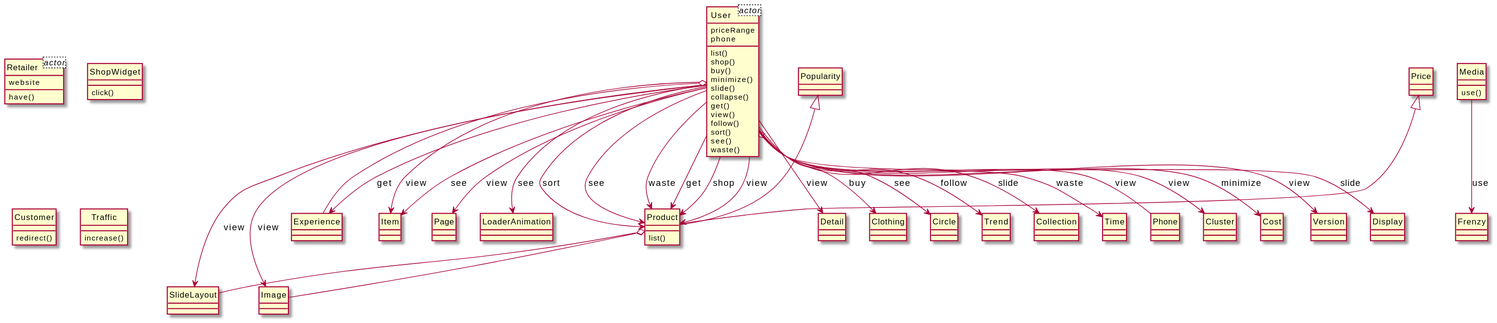
This is output/diagram_5/2016-USC-Project01.svg from xixixhalu/DomainModelExtractor, a PlantUML export, as it was before one commit.
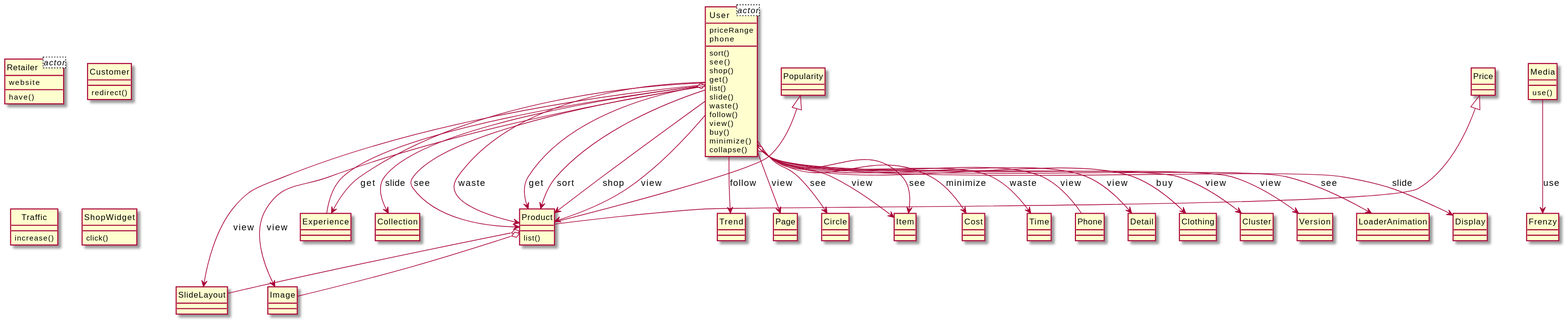
After the commit.

Change to the diagram source:
```diff
@@ -14,27 +14,46 @@
 class Experience {
 }
 class User {
+	sort()
+	see()
+	shop()
+	get()
 	list()
-	shop()
+	slide()
+	waste()
+	follow()
+	view()
 	buy()
 	minimize()
-	slide()
 	collapse()
-	get()
-	view()
-	follow()
-	sort()
-	see()
-	waste()
+}
+class Collection {
+}
+class Customer {
+	redirect()
+}
+class Product {
+	list()
+}
+class Trend {
+}
+class Page {
+}
+class Traffic {
+	increase()
+}
+class Circle {
 }
 class Item {
 }
-class Page {
+class Cost {
 }
-class LoaderAnimation {
+class Time {
 }
-class Product {
-	list()
+class Phone {
+}
+class Retailer {
+	have()
 }
 class Detail {
 }
@@ -43,35 +62,16 @@
 class ShopWidget {
 	click()
 }
-class Customer {
-	redirect()
+class Cluster {
 }
-class Circle {
-}
-class Trend {
-}
-class Collection {
-}
-class Time {
+class Version {
 }
 class Media {
 	use()
 }
 class Frenzy {
 }
-class Phone {
-}
-class Cluster {
-}
-class Cost {
-}
-class Version {
-}
-class Traffic {
-	increase()
-}
-class Retailer {
-	have()
+class LoaderAnimation {
 }
 class Display {
 }
@@ -79,34 +79,34 @@
 }
 class Price {
 }
+User --> Collection : slide
+Product o-- SlideLayout
+User --> Product : sort
+User --> Product : shop
+User --> Trend : follow
+User --> Product : view
+User --> Product : see
+User --> Experience : get
+User --> Item : see
+User --> Page : view
+User --> Product : waste
+User --> Cluster : view
+User --> Circle : see
+User --> Version : view
+Popularity <|-- Product
+User --> Item : view
+User --> Product : get
+User --> Cost : minimize
+Media --> Frenzy : use
+User --> Time : waste
+User --> LoaderAnimation : see
 User --> SlideLayout : view
+User --> Display : slide
+User o-- Phone : view
+User --> Clothing : buy
+Price <|-- Product
+User --> Image : view
 Product o-- Image
 User --> Detail : view
-User o-- Phone : view
-User --> Product : get
-User --> Clothing : buy
-User --> Image : view
-User --> Product : shop
-User --> Product : view
-User --> Cluster : view
-User --> Circle : see
-User --> Cost : minimize
-User --> Item : see
-User --> Trend : follow
-User --> Version : view
-User --> Product : sort
-User --> Product : see
-User --> Page : view
-Popularity <|-- Product
-User --> Collection : slide
-User --> Time : waste
-User --> Display : slide
-User --> Experience : get
-Price <|-- Product
-User --> Item : view
-Product o-- SlideLayout
-Media --> Frenzy : use
-User --> Product : waste
-User --> LoaderAnimation : see
 User o-- Experience
 @enduml
```
